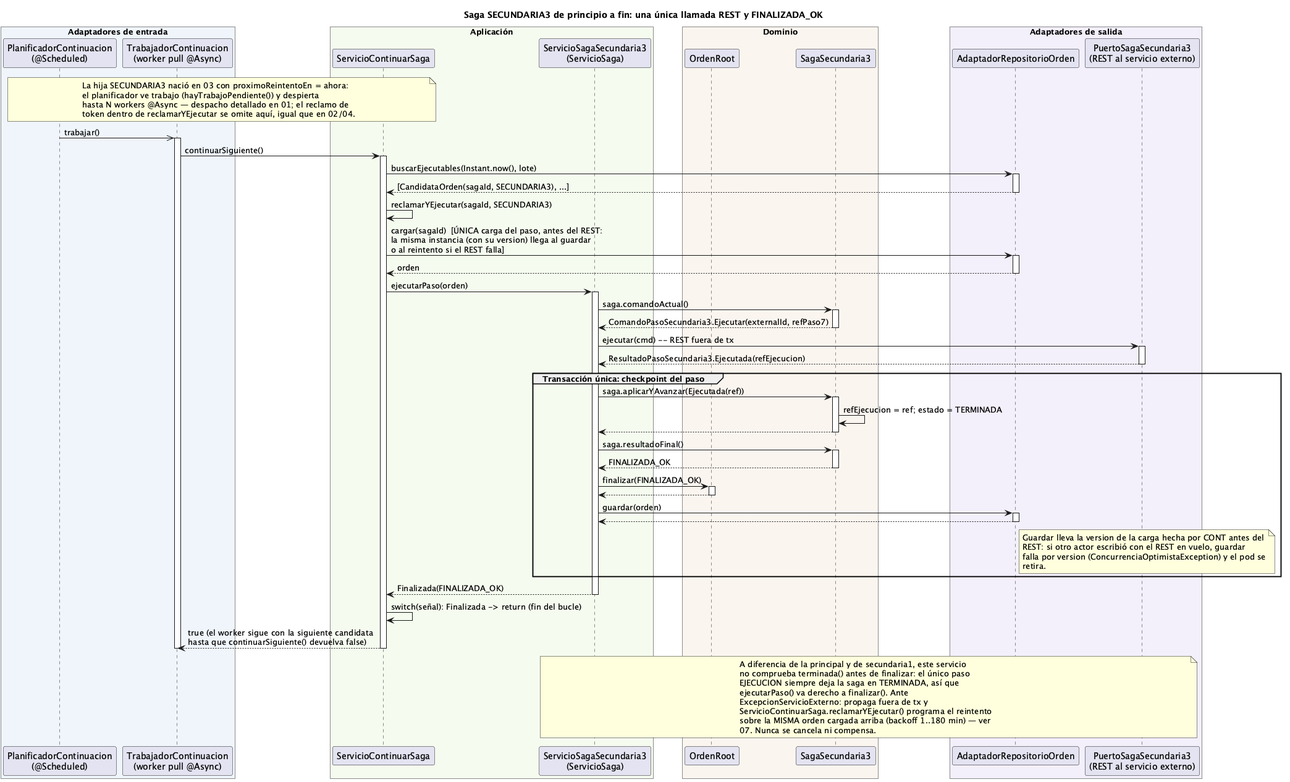
This is order-manager/docs/06-saga-secundaria3.png from ralcazar/patrones, a PlantUML export, as it was before one commit. The source it was exported from:
```plantuml
@startuml 06-saga-secundaria3
title Saga SECUNDARIA3 de principio a fin: una única llamada REST y FINALIZADA_OK

box "Adaptadores de entrada" #EFF5FB
  participant "PlanificadorContinuacion\n(@Scheduled)" as PLAN
  participant "TrabajadorContinuacion\n(worker pull @Async)" as TRAB
end box
box "Aplicación" #F5FBEF
  participant "ServicioContinuarSaga" as CONT
  participant "ServicioSagaSecundaria3\n(ServicioSaga)" as ORQ
end box
box "Dominio" #FBF5EF
  participant "OrdenRoot" as ORDEN
  participant "SagaSecundaria3" as SAGA
end box
box "Adaptadores de salida" #F3EFFB
  participant "AdaptadorRepositorioOrden" as REPO
  participant "PuertoSagaSecundaria3\n(REST al servicio externo)" as PSIM
end box

note over PLAN, CONT
  La hija SECUNDARIA3 nació en 03 con proximoReintentoEn = ahora:
  el planificador ve trabajo (hayTrabajoPendiente()) y despierta
  hasta N workers @Async — despacho detallado en 01; el reclamo de
  token dentro de reclamarYEjecutar se omite aquí, igual que en 02/04.
end note

PLAN ->> TRAB : trabajar()
activate TRAB
TRAB -> CONT ++ : continuarSiguiente()
CONT -> REPO ++ : buscarEjecutables(Instant.now(), lote)
return [CandidataOrden(sagaId, SECUNDARIA3), ...]
CONT -> CONT : reclamarYEjecutar(sagaId, SECUNDARIA3)
CONT -> REPO ++ : cargar(sagaId)  [ÚNICA carga del paso, antes del REST:\nla misma instancia (con su version) llega al guardar\no al reintento si el REST falla]
return orden
CONT -> ORQ ++ : ejecutarPaso(orden)
ORQ -> SAGA ++ : saga.comandoActual()
return ComandoPasoSecundaria3.Ejecutar(externalId, refPaso7)
ORQ -> PSIM ++ : ejecutar(cmd) -- REST fuera de tx
return ResultadoPasoSecundaria3.Ejecutada(refEjecucion)
group Transacción única: checkpoint del paso
  ORQ -> SAGA ++ : saga.aplicarYAvanzar(Ejecutada(ref))
  SAGA -> SAGA : refEjecucion = ref; estado = TERMINADA
  return
  ORQ -> SAGA ++ : saga.resultadoFinal()
  return FINALIZADA_OK
  ORQ -> ORDEN ++ : finalizar(FINALIZADA_OK)
  return
  ORQ -> REPO ++ : guardar(orden)
  return
  note right of REPO
    Guardar lleva la version de la carga hecha por CONT antes del
    REST: si otro actor escribió con el REST en vuelo, guardar
    falla por version (ConcurrenciaOptimistaException) y el pod se
    retira.
  end note
end
return Finalizada(FINALIZADA_OK)
CONT -> CONT : switch(señal): Finalizada -> return (fin del bucle)
return true (el worker sigue con la siguiente candidata\nhasta que continuarSiguiente() devuelva false)
deactivate TRAB

note over ORQ, PSIM
  A diferencia de la principal y de secundaria1, este servicio
  no comprueba terminada() antes de finalizar: el único paso
  EJECUCION siempre deja la saga en TERMINADA, así que
  ejecutarPaso() va derecho a finalizar(). Ante
  ExcepcionServicioExterno: propaga fuera de tx y
  ServicioContinuarSaga.reclamarYEjecutar() programa el reintento
  sobre la MISMA orden cargada arriba (backoff 1..180 min) — ver
  07. Nunca se cancela ni compensa.
end note
@enduml
```
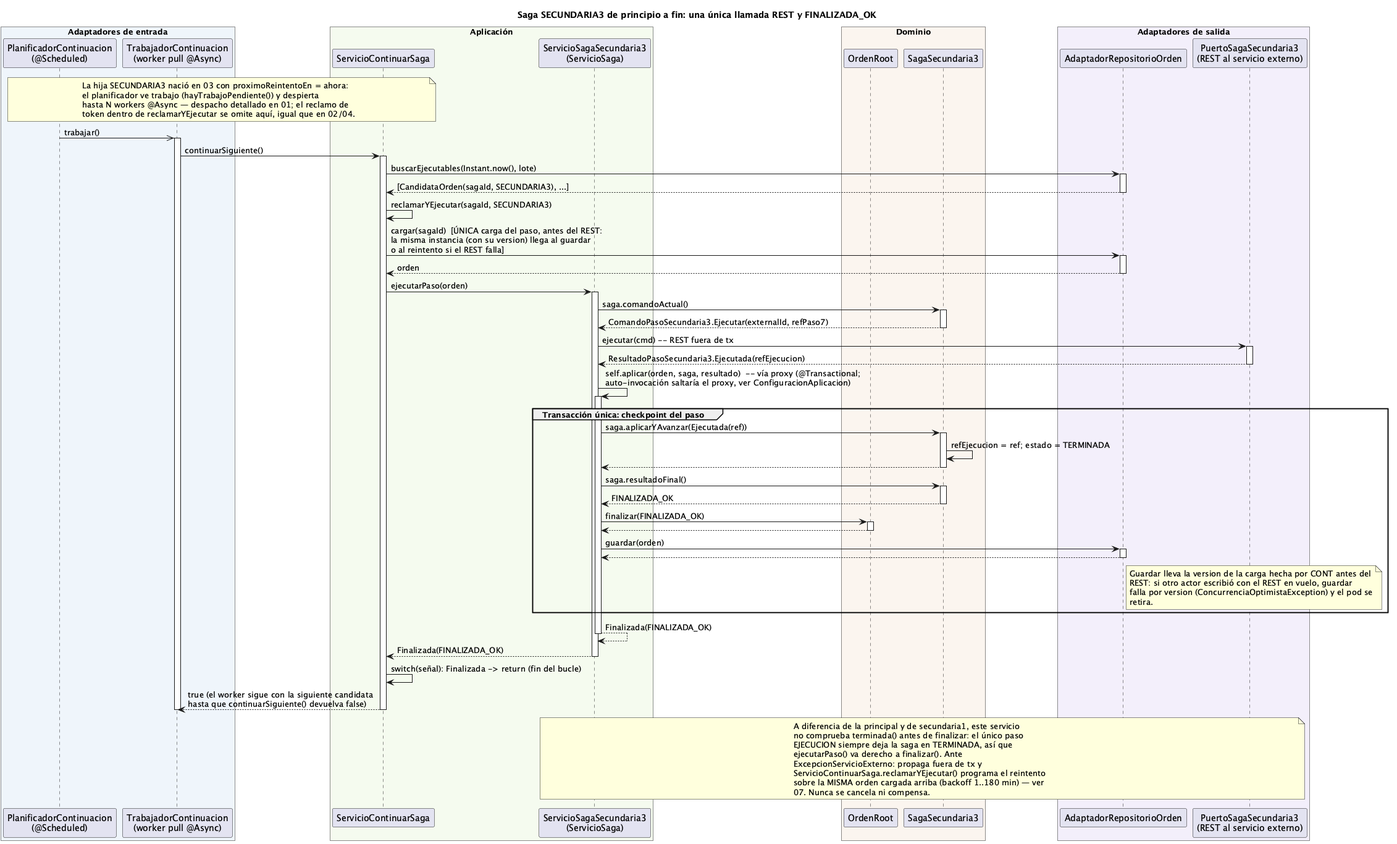
The same diagram one commit later.

Diff of the diagram source:
```diff
@@ -1,4 +1,5 @@
 @startuml 06-saga-secundaria3
+!pragma layout smetana
 title Saga SECUNDARIA3 de principio a fin: una única llamada REST y FINALIZADA_OK
 
 box "Adaptadores de entrada" #EFF5FB
@@ -38,6 +39,7 @@
 return ComandoPasoSecundaria3.Ejecutar(externalId, refPaso7)
 ORQ -> PSIM ++ : ejecutar(cmd) -- REST fuera de tx
 return ResultadoPasoSecundaria3.Ejecutada(refEjecucion)
+ORQ -> ORQ ++ : self.aplicar(orden, saga, resultado)  -- vía proxy (@Transactional;\nauto-invocación saltaría el proxy, ver ConfiguracionAplicacion)
 group Transacción única: checkpoint del paso
   ORQ -> SAGA ++ : saga.aplicarYAvanzar(Ejecutada(ref))
   SAGA -> SAGA : refEjecucion = ref; estado = TERMINADA
@@ -56,6 +58,7 @@
   end note
 end
 return Finalizada(FINALIZADA_OK)
+return Finalizada(FINALIZADA_OK)
 CONT -> CONT : switch(señal): Finalizada -> return (fin del bucle)
 return true (el worker sigue con la siguiente candidata\nhasta que continuarSiguiente() devuelva false)
 deactivate TRAB
```
